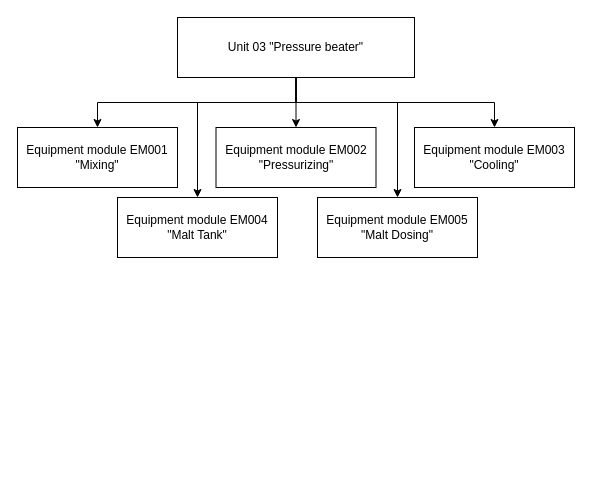
Above: page "Page-23" (23 of 34) of C12202000_chocolate_system.drawio in Johnystu/draw_io (draw.io), before the change. Source tidied: cells renumbered, new cells numbered last; positions are measured from the earlier drawing's top-left corner, leaving out a move shared by most shapes. Both pictures are drawn from the tidied source at 100%, with x=0, y=0 at pixel (17, 17).
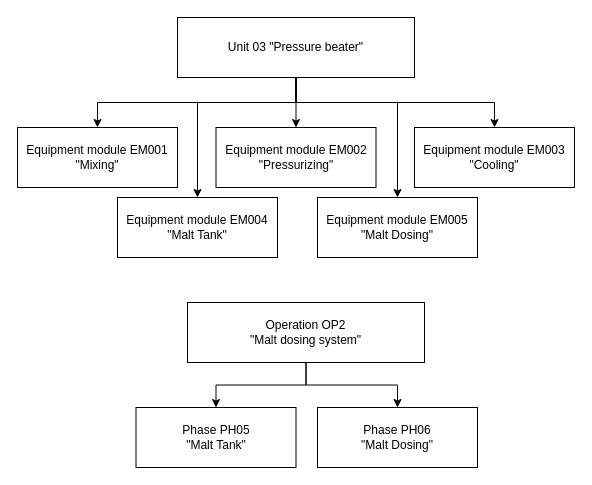
The same diagram, later.

What changed in the source:
```diff
@@
+    <mxCell id="13" style="edgeStyle=orthogonalEdgeStyle;rounded=0;jettySize=auto;html=1;entryX=0.5;entryY=0;entryDx=0;entryDy=0;" parent="1" edge="1" source="15" target="16">
+      <mxGeometry relative="1" as="geometry" />
+    </mxCell>
+    <mxCell id="14" style="edgeStyle=orthogonalEdgeStyle;rounded=0;jettySize=auto;html=1;" parent="1" edge="1" source="15" target="17">
+      <mxGeometry relative="1" as="geometry" />
+    </mxCell>
+    <mxCell id="15" value="&lt;div&gt;Operation OP2&lt;/div&gt;&lt;div&gt;&quot;Malt dosing system&quot;&lt;br&gt;&lt;/div&gt;" style="rounded=0;whiteSpace=wrap;html=1;" parent="1" vertex="1">
+      <mxGeometry x="170" y="285" width="237" height="60" as="geometry" />
+    </mxCell>
+    <mxCell id="16" value="&lt;div&gt;Phase PH05&lt;br&gt;&lt;/div&gt;&lt;div&gt;&quot;Malt Tank&quot;&lt;br&gt;&lt;/div&gt;" style="rounded=0;whiteSpace=wrap;html=1;" parent="1" vertex="1">
+      <mxGeometry x="118.5" y="390" width="160" height="60" as="geometry" />
+    </mxCell>
+    <mxCell id="17" value="&lt;div&gt;Phase PH06&lt;/div&gt;&lt;div&gt;&quot;Malt Dosing&quot;&lt;br&gt;&lt;/div&gt;" style="rounded=0;whiteSpace=wrap;html=1;" parent="1" vertex="1">
+      <mxGeometry x="300" y="390" width="160" height="60" as="geometry" />
+    </mxCell>
```
